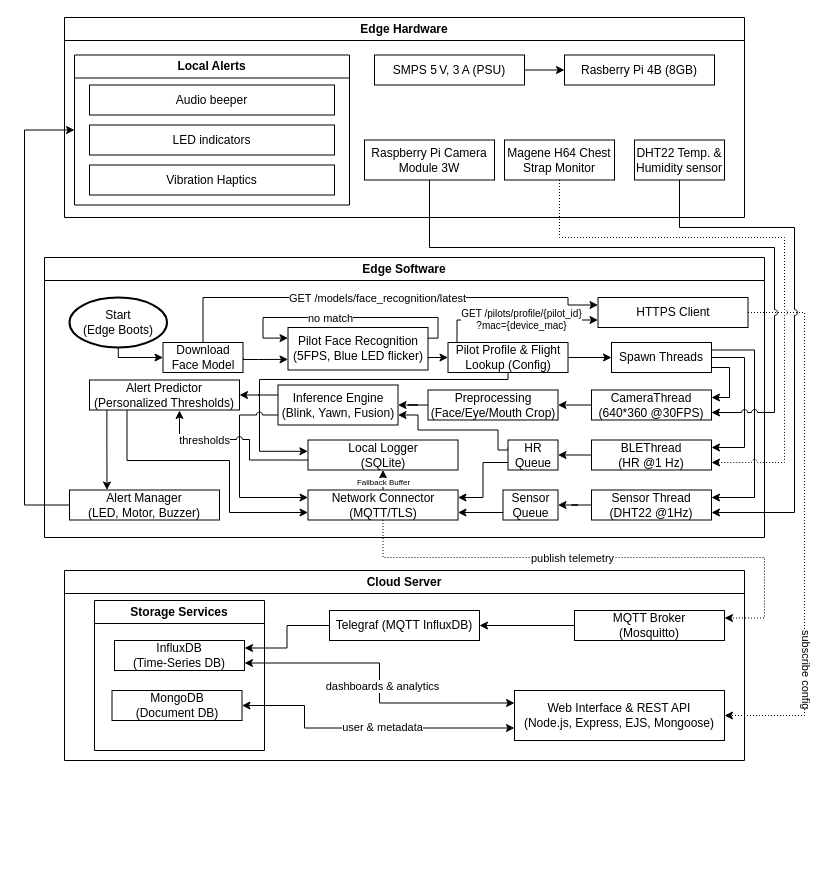
Earlier version of the draw.io diagram docs/high_level_system_design.drawio (jeremiafourie/cogniflight-edge). Source tidied: cells renumbered, new cells numbered last; positions are measured from the earlier drawing's top-left corner, leaving out a move shared by most shapes. Both pictures are drawn from the tidied source at 100%, with x=0, y=0 at pixel (24, 17).
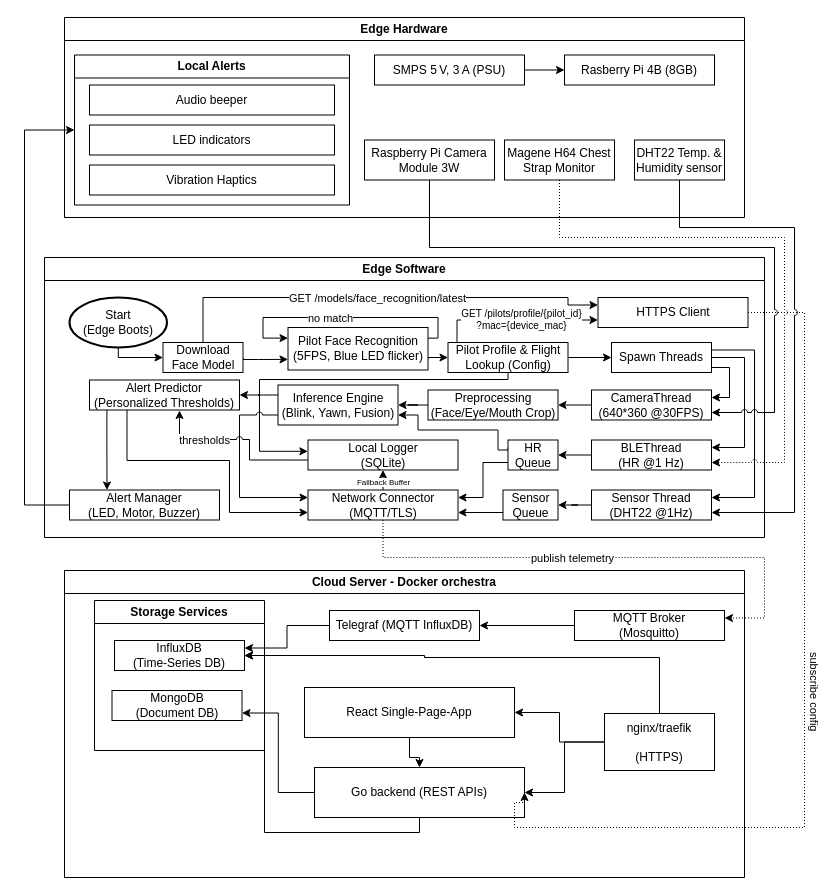
After the change.

The change refers to these unchanged cells:
```xml
<mxCell id="57" value="HTTPS Client" style="rounded=0;whiteSpace=wrap;html=1;" parent="13" vertex="1">
  <mxGeometry x="553.5" y="40" width="150" height="30" as="geometry" />
</mxCell>
<mxCell id="66" value="InfluxDB&lt;div&gt;(Time-Series DB)&lt;/div&gt;" style="rounded=0;whiteSpace=wrap;html=1;" parent="65" vertex="1">
  <mxGeometry x="20" y="40" width="130" height="30" as="geometry" />
</mxCell>
<mxCell id="67" value="MongoDB&lt;div&gt;(Document DB)&lt;/div&gt;" style="rounded=0;whiteSpace=wrap;html=1;" parent="65" vertex="1">
  <mxGeometry x="17.5" y="90" width="130" height="30" as="geometry" />
</mxCell>
```

What changed in the source:
```diff
@@
-    <mxCell id="60" value="Cloud Server" style="swimlane;whiteSpace=wrap;html=1;" parent="1" vertex="1">
-      <mxGeometry x="40" y="553" width="680" height="190" as="geometry" />
+    <mxCell id="60" value="Cloud Server - Docker orchestra" style="swimlane;whiteSpace=wrap;html=1;" parent="1" vertex="1">
+      <mxGeometry x="40" y="553" width="680" height="307" as="geometry" />
     </mxCell>
@@
-    <mxCell id="68" style="edgeStyle=orthogonalEdgeStyle;rounded=0;jettySize=auto;html=1;exitX=1;exitY=0.75;exitDx=0;exitDy=0;entryX=0;entryY=0.25;entryDx=0;entryDy=0;startArrow=classic;startFill=1;" parent="60" edge="1" source="66" target="72">
-      <mxGeometry relative="1" as="geometry" />
-    </mxCell>
-    <mxCell id="69" value="dashboards &amp;amp; analytics" style="edgeLabel;html=1;align=center;verticalAlign=middle;" parent="68" vertex="1">
-      <mxGeometry x="0.02" y="2" relative="1" as="geometry" />
-    </mxCell>
-    <mxCell id="70" style="edgeStyle=orthogonalEdgeStyle;rounded=0;jettySize=auto;html=1;exitX=0;exitY=0.75;exitDx=0;exitDy=0;startArrow=classic;startFill=1;" parent="60" edge="1" source="72" target="67">
-      <mxGeometry relative="1" as="geometry">
-        <Array as="points">
-          <mxPoint x="240" y="158" />
-          <mxPoint x="240" y="135" />
-        </Array>
-      </mxGeometry>
-    </mxCell>
-    <mxCell id="71" value="user &amp;amp; metadata" style="edgeLabel;html=1;align=center;verticalAlign=middle;" parent="70" vertex="1">
-      <mxGeometry x="-0.1" y="-1" relative="1" as="geometry" />
-    </mxCell>
-    <mxCell id="72" value="Web Interface &amp;amp; REST API&lt;div&gt;(Node.js, Express, EJS, Mongoose)&lt;/div&gt;" style="rounded=0;whiteSpace=wrap;html=1;" parent="60" vertex="1">
-      <mxGeometry x="450" y="120" width="210" height="50" as="geometry" />
-    </mxCell>
+    <mxCell id="81" style="edgeStyle=orthogonalEdgeStyle;rounded=0;jettySize=auto;html=1;entryX=1;entryY=0.75;entryDx=0;entryDy=0;" parent="60" edge="1" source="83" target="67">
+      <mxGeometry relative="1" as="geometry" />
+    </mxCell>
+    <mxCell id="82" style="edgeStyle=orthogonalEdgeStyle;rounded=0;jettySize=auto;html=1;entryX=1;entryY=0.5;entryDx=0;entryDy=0;" parent="60" edge="1" source="83" target="66">
+      <mxGeometry relative="1" as="geometry">
+        <Array as="points">
+          <mxPoint x="200" y="262" />
+          <mxPoint x="200" y="85" />
+        </Array>
+      </mxGeometry>
+    </mxCell>
+    <mxCell id="83" value="Go backend (REST APIs)" style="rounded=0;whiteSpace=wrap;html=1;" parent="60" vertex="1">
+      <mxGeometry x="250" y="197" width="210" height="50" as="geometry" />
+    </mxCell>
+    <mxCell id="84" style="edgeStyle=orthogonalEdgeStyle;rounded=0;jettySize=auto;html=1;entryX=0.5;entryY=0;entryDx=0;entryDy=0;" parent="60" edge="1" source="85" target="83">
+      <mxGeometry relative="1" as="geometry" />
+    </mxCell>
+    <mxCell id="85" value="React Single-Page-App" style="rounded=0;whiteSpace=wrap;html=1;" parent="60" vertex="1">
+      <mxGeometry x="240" y="117" width="210" height="50" as="geometry" />
+    </mxCell>
+    <mxCell id="86" style="edgeStyle=orthogonalEdgeStyle;rounded=0;jettySize=auto;html=1;entryX=1;entryY=0.5;entryDx=0;entryDy=0;" parent="60" edge="1" source="89" target="85">
+      <mxGeometry relative="1" as="geometry" />
+    </mxCell>
+    <mxCell id="87" style="edgeStyle=orthogonalEdgeStyle;rounded=0;jettySize=auto;html=1;entryX=1;entryY=0.5;entryDx=0;entryDy=0;" parent="60" edge="1" source="89" target="83">
+      <mxGeometry relative="1" as="geometry" />
+    </mxCell>
+    <mxCell id="88" style="edgeStyle=orthogonalEdgeStyle;rounded=0;jettySize=auto;html=1;entryX=1;entryY=0.5;entryDx=0;entryDy=0;" parent="60" edge="1" source="89" target="66">
+      <mxGeometry relative="1" as="geometry">
+        <Array as="points">
+          <mxPoint x="595" y="87" />
+          <mxPoint x="360" y="87" />
+          <mxPoint x="360" y="85" />
+        </Array>
+      </mxGeometry>
+    </mxCell>
+    <mxCell id="89" value="&lt;div&gt;nginx/traefik&lt;/div&gt;&lt;div&gt;&lt;br&gt;&lt;/div&gt;&lt;div&gt;(HTTPS)&lt;/div&gt;" style="rounded=0;whiteSpace=wrap;html=1;" parent="60" vertex="1">
+      <mxGeometry x="540" y="143" width="110" height="57" as="geometry" />
+    </mxCell>
@@
-    <mxCell id="75" style="edgeStyle=orthogonalEdgeStyle;rounded=0;jettySize=auto;html=1;jumpStyle=none;dashed=1;dashPattern=1 2;entryX=1;entryY=0.5;entryDx=0;entryDy=0;exitX=1;exitY=0.5;exitDx=0;exitDy=0;" parent="1" edge="1" source="57" target="72">
+    <mxCell id="75" style="edgeStyle=orthogonalEdgeStyle;rounded=0;jettySize=auto;html=1;jumpStyle=none;dashed=1;dashPattern=1 2;entryX=1;entryY=0.5;entryDx=0;entryDy=0;exitX=1;exitY=0.5;exitDx=0;exitDy=0;" parent="1" edge="1" source="57" target="83">
       <mxGeometry relative="1" as="geometry">
         <Array as="points">
           <mxPoint x="780" y="295" />
-          <mxPoint x="780" y="698" />
+          <mxPoint x="780" y="810" />
+          <mxPoint x="490" y="810" />
+          <mxPoint x="490" y="785" />
         </Array>
       </mxGeometry>
     </mxCell>
     <mxCell id="76" value="subscribe config" style="edgeLabel;html=1;align=center;verticalAlign=middle;textDirection=vertical-lr;" parent="75" vertex="1">
       <mxGeometry x="0.64" y="3" relative="1" as="geometry">
-        <mxPoint x="-3" y="-29" as="offset" />
+        <mxPoint x="180" y="-140" as="offset" />
       </mxGeometry>
     </mxCell>
```
